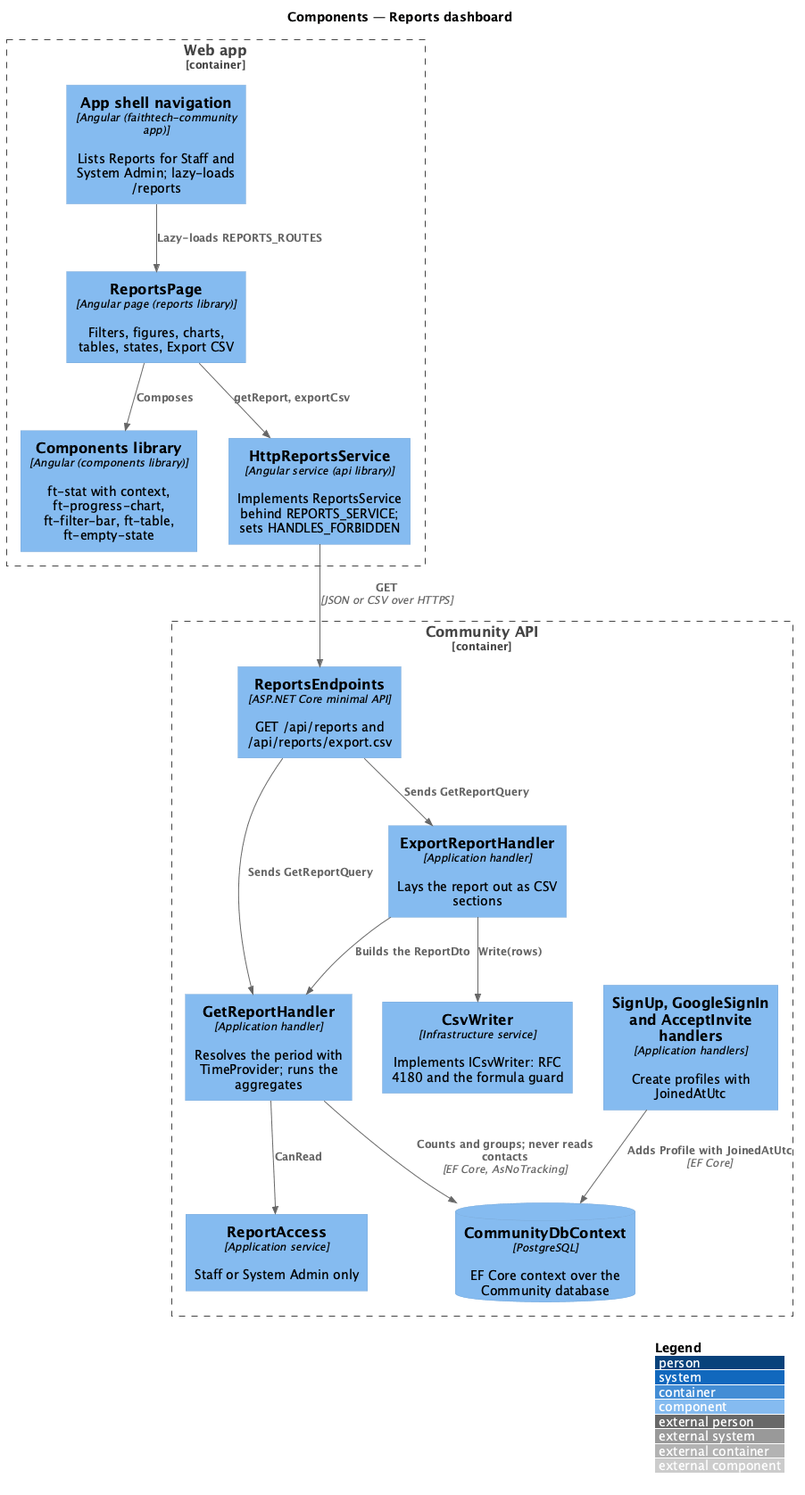
This is docs/detailed-designs/reports/reports-dashboard/diagrams/c4-component.png from QuinntyneBrown/faithtech-community, a PlantUML export, as it was before one commit. The source it was exported from:
```plantuml
@startuml
!include <C4/C4_Component>
LAYOUT_WITH_LEGEND()
title Components — Reports dashboard
Container_Boundary(web, "Web app") {
  Component(shell, "App shell navigation", "Angular (faithtech-community app)", "Lists Reports for Staff and System Admin; lazy-loads /reports")
  Component(page, "ReportsPage", "Angular page (reports library)", "Filters, figures, charts, tables, states, Export CSV")
  Component(ui, "Components library", "Angular (components library)", "ft-stat with context, ft-progress-chart, ft-filter-bar, ft-table, ft-empty-state")
  Component(svc, "HttpReportsService", "Angular service (api library)", "Implements ReportsService behind REPORTS_SERVICE; sets HANDLES_FORBIDDEN")
}
Container_Boundary(api, "Community API") {
  Component(ep, "ReportsEndpoints", "ASP.NET Core minimal API", "GET /api/reports and /api/reports/export.csv")
  Component(access, "ReportAccess", "Application service", "Staff or System Admin only")
  Component(get, "GetReportHandler", "Application handler", "Resolves the period with TimeProvider; runs the aggregates")
  Component(export, "ExportReportHandler", "Application handler", "Lays the report out as CSV sections")
  Component(csv, "CsvWriter", "Infrastructure service", "Implements ICsvWriter: RFC 4180 and the formula guard")
  Component(signup, "SignUp, GoogleSignIn and AcceptInvite handlers", "Application handlers", "Create profiles with JoinedAtUtc")
  ComponentDb(db, "CommunityDbContext", "PostgreSQL", "EF Core context over the Community database")
}
Rel(shell, page, "Lazy-loads REPORTS_ROUTES")
Rel(page, ui, "Composes")
Rel(page, svc, "getReport, exportCsv")
Rel(svc, ep, "GET", "JSON or CSV over HTTPS")
Rel(ep, get, "Sends GetReportQuery")
Rel(ep, export, "Sends GetReportQuery")
Rel(get, access, "CanRead")
Rel(export, get, "Builds the ReportDto")
Rel(export, csv, "Write(rows)")
Rel(get, db, "Counts and groups; never reads contacts", "EF Core, AsNoTracking")
Rel(signup, db, "Adds Profile with JoinedAtUtc", "EF Core")
@enduml
```
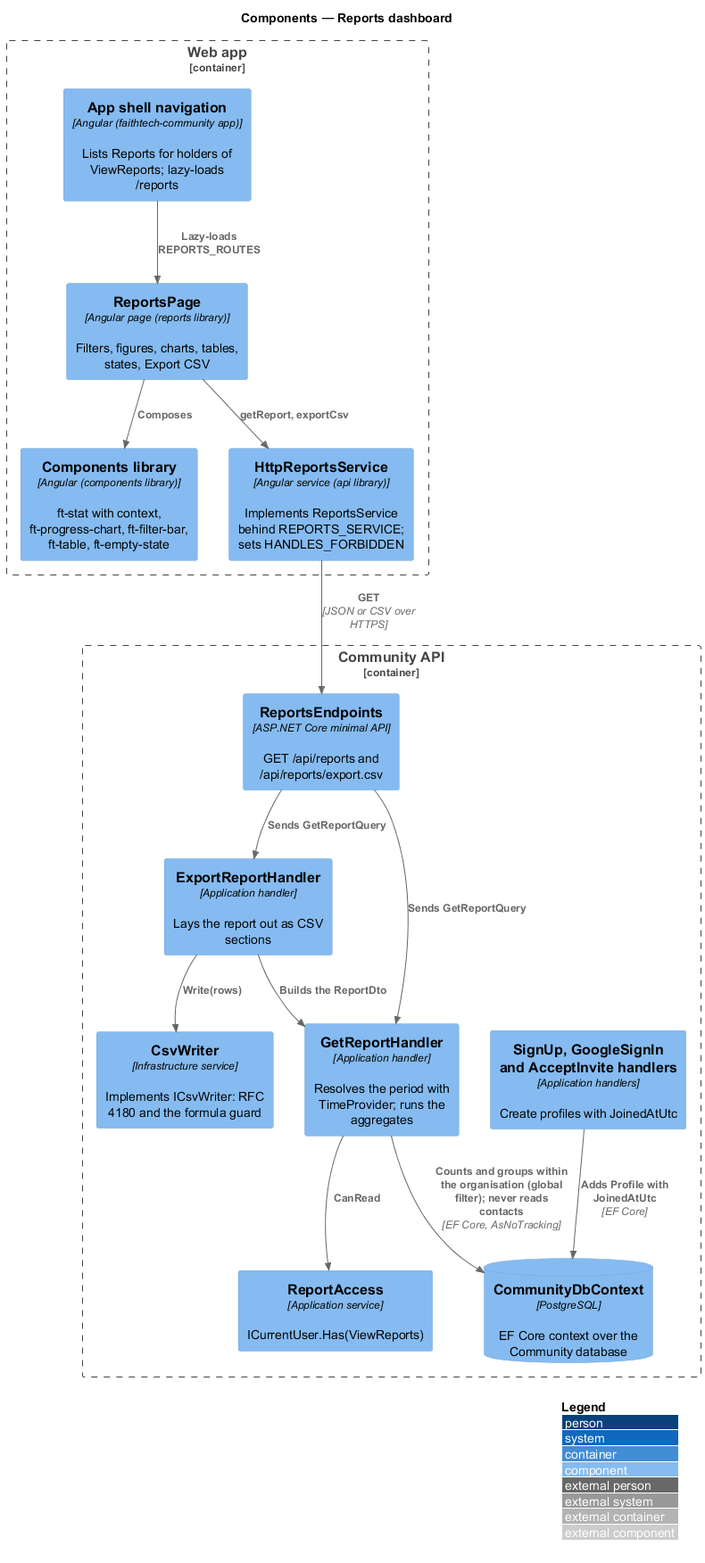
After the change.

Diff of the diagram source:
```diff
@@ -3,14 +3,14 @@
 LAYOUT_WITH_LEGEND()
 title Components — Reports dashboard
 Container_Boundary(web, "Web app") {
-  Component(shell, "App shell navigation", "Angular (faithtech-community app)", "Lists Reports for Staff and System Admin; lazy-loads /reports")
+  Component(shell, "App shell navigation", "Angular (faithtech-community app)", "Lists Reports for holders of ViewReports; lazy-loads /reports")
   Component(page, "ReportsPage", "Angular page (reports library)", "Filters, figures, charts, tables, states, Export CSV")
   Component(ui, "Components library", "Angular (components library)", "ft-stat with context, ft-progress-chart, ft-filter-bar, ft-table, ft-empty-state")
   Component(svc, "HttpReportsService", "Angular service (api library)", "Implements ReportsService behind REPORTS_SERVICE; sets HANDLES_FORBIDDEN")
 }
 Container_Boundary(api, "Community API") {
   Component(ep, "ReportsEndpoints", "ASP.NET Core minimal API", "GET /api/reports and /api/reports/export.csv")
-  Component(access, "ReportAccess", "Application service", "Staff or System Admin only")
+  Component(access, "ReportAccess", "Application service", "ICurrentUser.Has(ViewReports)")
   Component(get, "GetReportHandler", "Application handler", "Resolves the period with TimeProvider; runs the aggregates")
   Component(export, "ExportReportHandler", "Application handler", "Lays the report out as CSV sections")
   Component(csv, "CsvWriter", "Infrastructure service", "Implements ICsvWriter: RFC 4180 and the formula guard")
@@ -26,6 +26,6 @@
 Rel(get, access, "CanRead")
 Rel(export, get, "Builds the ReportDto")
 Rel(export, csv, "Write(rows)")
-Rel(get, db, "Counts and groups; never reads contacts", "EF Core, AsNoTracking")
+Rel(get, db, "Counts and groups within the organisation (global filter); never reads contacts", "EF Core, AsNoTracking")
 Rel(signup, db, "Adds Profile with JoinedAtUtc", "EF Core")
 @enduml
```
